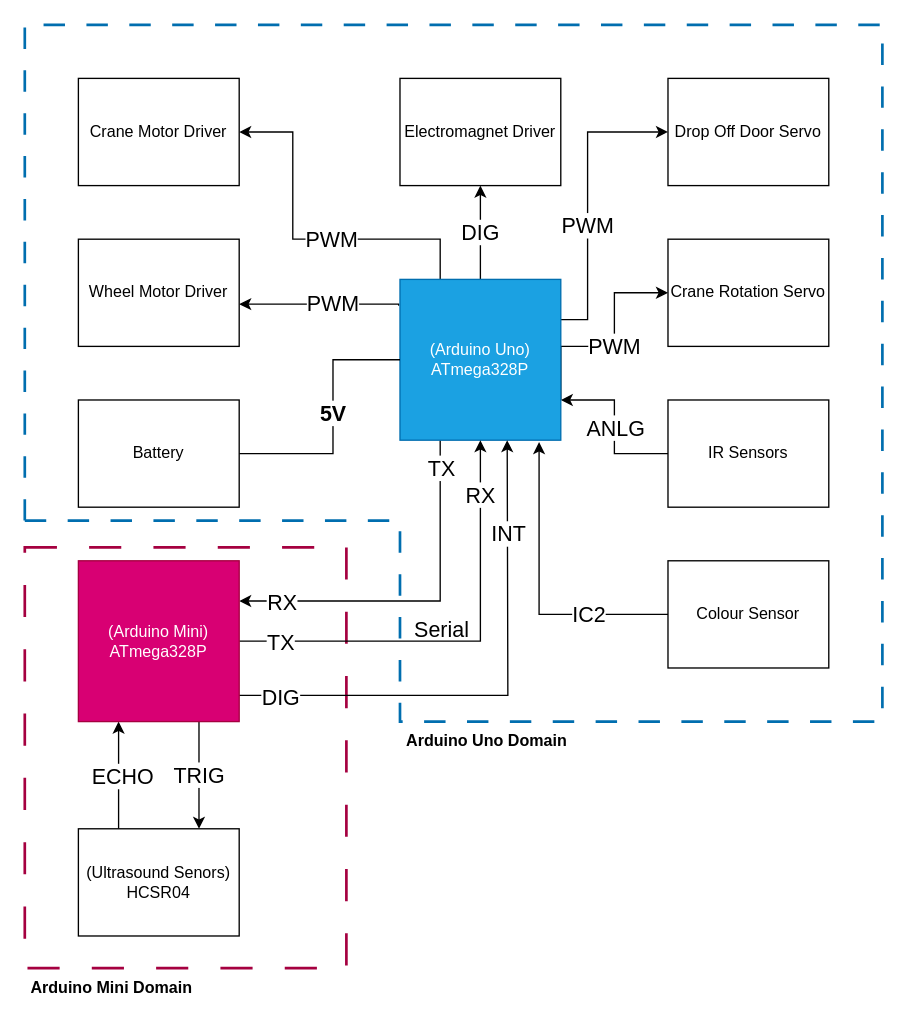
Above: documentation/electrical-architecture/electrical-architecture-group2.drawio in Tottocs/System-Project-G2 (draw.io), before the change. Source tidied: cells renumbered, new cells numbered last; positions are measured from the earlier drawing's top-left corner, leaving out a move shared by most shapes. Both pictures are drawn from the tidied source at 134%, with x=0, y=0 at pixel (24, 24).
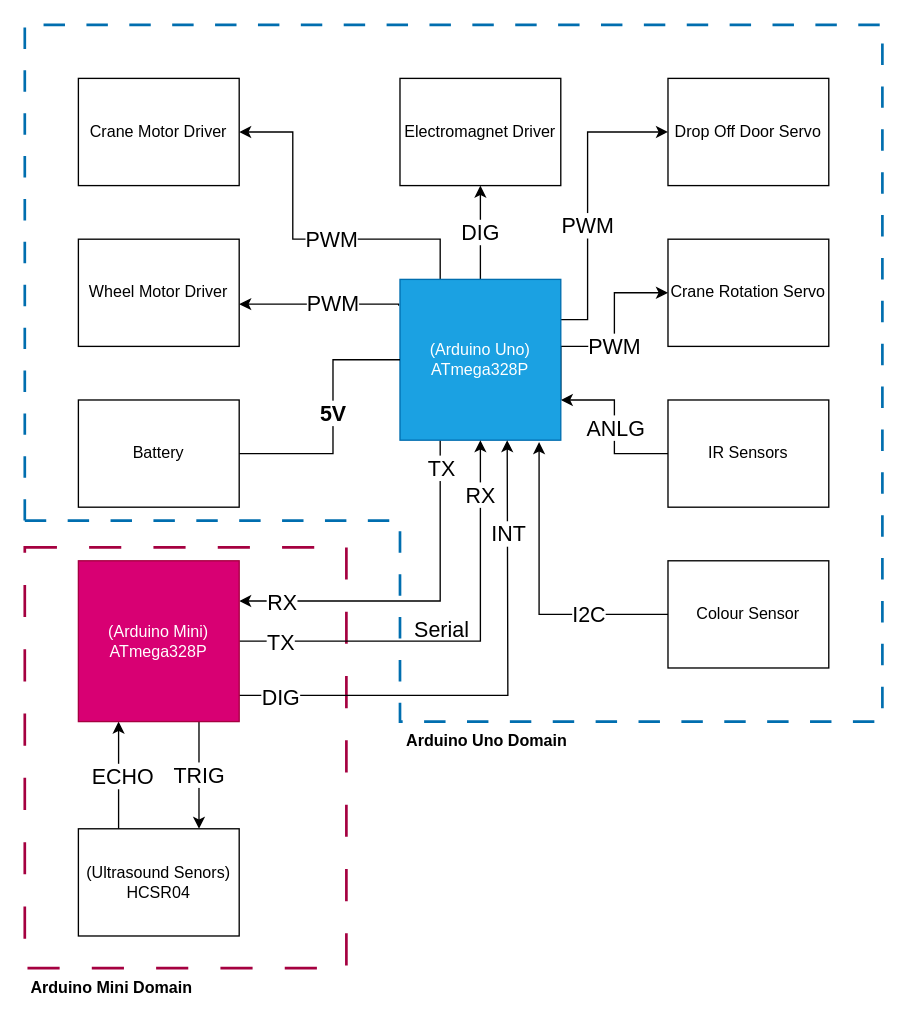
The same page after the edit.

Unchanged cells that the change refers to:
```xml
<mxCell id="17" value="&lt;div&gt;(Arduino Uno)&lt;/div&gt;ATmega328P" style="whiteSpace=wrap;html=1;fillColor=#1ba1e2;fontColor=#ffffff;strokeColor=#006EAF;" parent="1" vertex="1">
  <mxGeometry x="280" y="190" width="120" height="120" as="geometry" />
</mxCell>
<mxCell id="26" value="Colour Sensor" style="rounded=0;whiteSpace=wrap;html=1;" parent="1" vertex="1">
  <mxGeometry x="480" y="400" width="120" height="80" as="geometry" />
</mxCell>
```

What changed in the source:
```diff
@@
-    <mxCell id="8" value="IC2" style="edgeStyle=orthogonalEdgeStyle;rounded=0;jettySize=auto;html=1;exitX=0.865;exitY=1.012;exitDx=0;exitDy=0;startArrow=classic;startFill=1;endArrow=none;endFill=0;entryX=0;entryY=0.5;entryDx=0;entryDy=0;fontSize=16;exitPerimeter=0;" parent="1" edge="1" source="17" target="26">
+    <mxCell id="8" value="I2C" style="edgeStyle=orthogonalEdgeStyle;rounded=0;jettySize=auto;html=1;exitX=0.865;exitY=1.012;exitDx=0;exitDy=0;startArrow=classic;startFill=1;endArrow=none;endFill=0;entryX=0;entryY=0.5;entryDx=0;entryDy=0;fontSize=16;exitPerimeter=0;" parent="1" edge="1" source="17" target="26">
       <mxGeometry x="0.48" relative="1" as="geometry">
         <Array as="points">
           <mxPoint x="384" y="440" />
         </Array>
       </mxGeometry>
     </mxCell>
```
